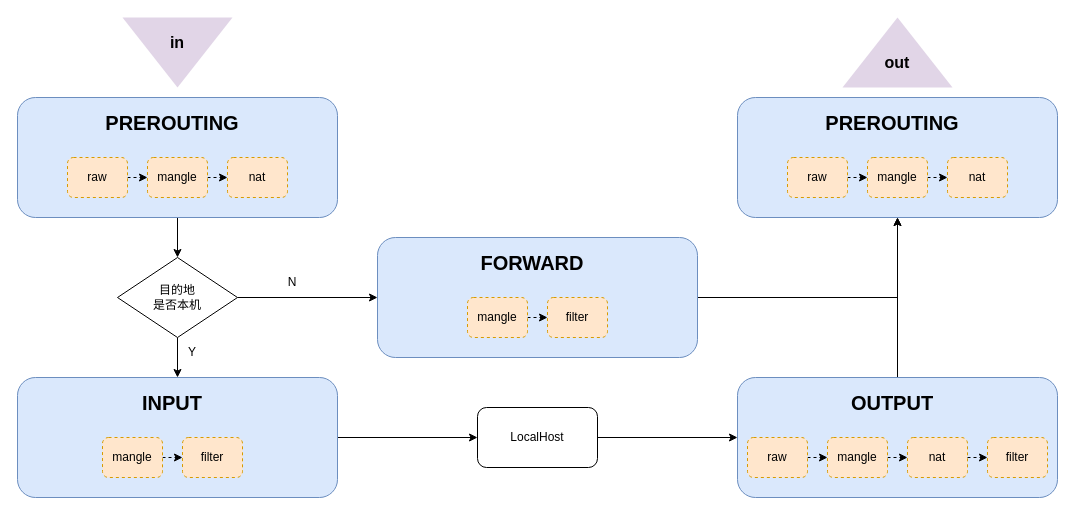
Above: iptables_learning.drawio in ZiqingYip/moment (draw.io), before the change. Source tidied: cells renumbered, new cells numbered last; positions are measured from the earlier drawing's top-left corner, leaving out a move shared by most shapes. Both pictures are drawn from the tidied source at 100%, with x=0, y=0 at pixel (17, -3).
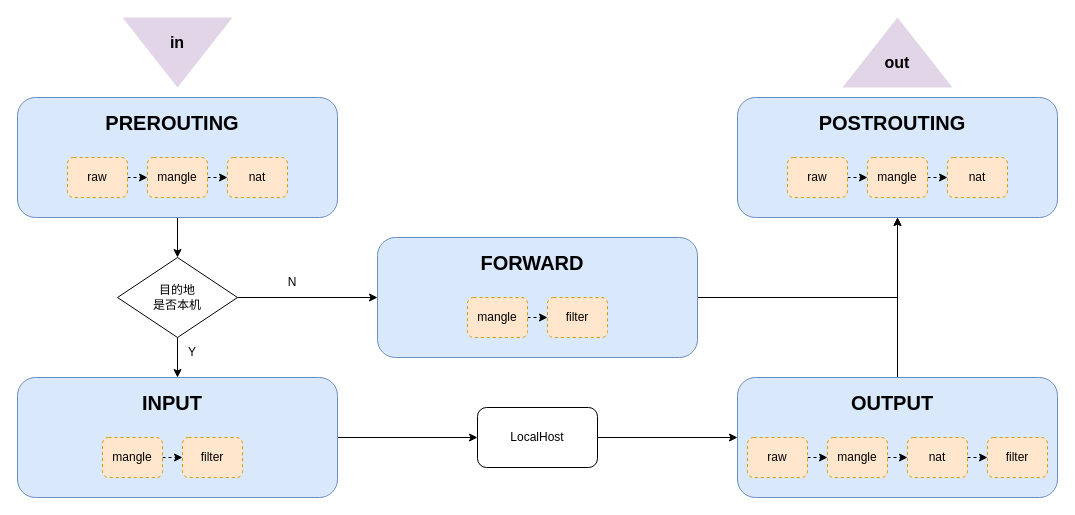
The same page after the edit.

The edit, as a diff of the source:
```diff
@@
-    <mxCell id="33" value="&lt;b&gt;&lt;font style=&quot;font-size: 20px;&quot;&gt;PREROUTING&lt;/font&gt;&lt;/b&gt;" style="text;html=1;strokeColor=none;fillColor=none;align=center;verticalAlign=middle;whiteSpace=wrap;rounded=0;" parent="1" vertex="1">
+    <mxCell id="33" value="&lt;b&gt;&lt;font style=&quot;font-size: 20px;&quot;&gt;POSTROUTING&lt;/font&gt;&lt;/b&gt;" style="text;html=1;strokeColor=none;fillColor=none;align=center;verticalAlign=middle;whiteSpace=wrap;rounded=0;" parent="1" vertex="1">
       <mxGeometry x="790" y="110" width="170" height="30" as="geometry" />
     </mxCell>
```
